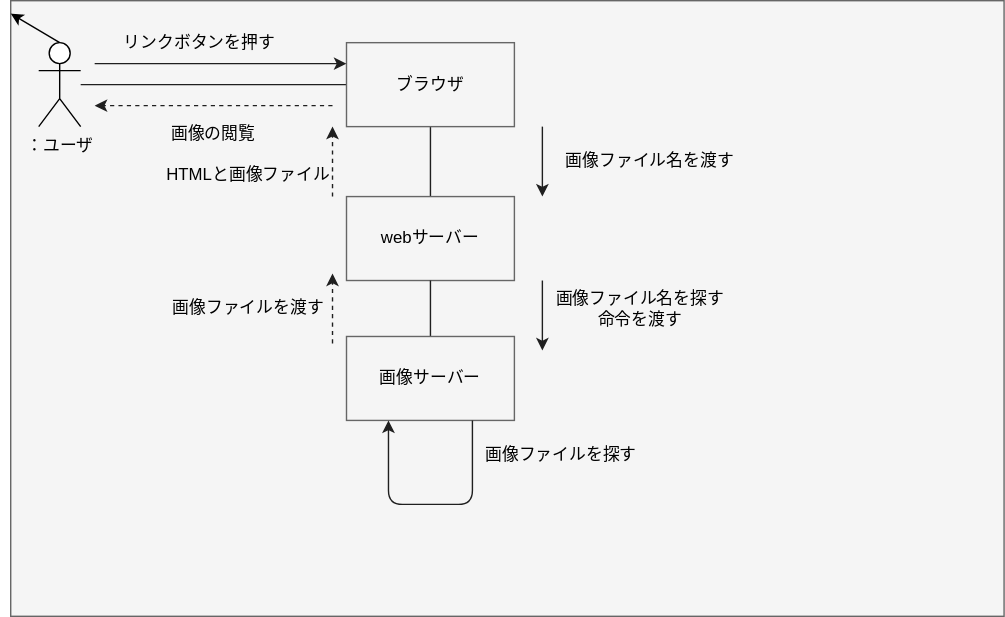
Above: 演習5-1_CD_Web画像検索.drawio.svg in youryota/uml-introduction (draw.io), before the change. Source tidied: cells renumbered, new cells last; positions are measured from the earlier drawing's top-left corner, leaving out a move shared by most shapes.
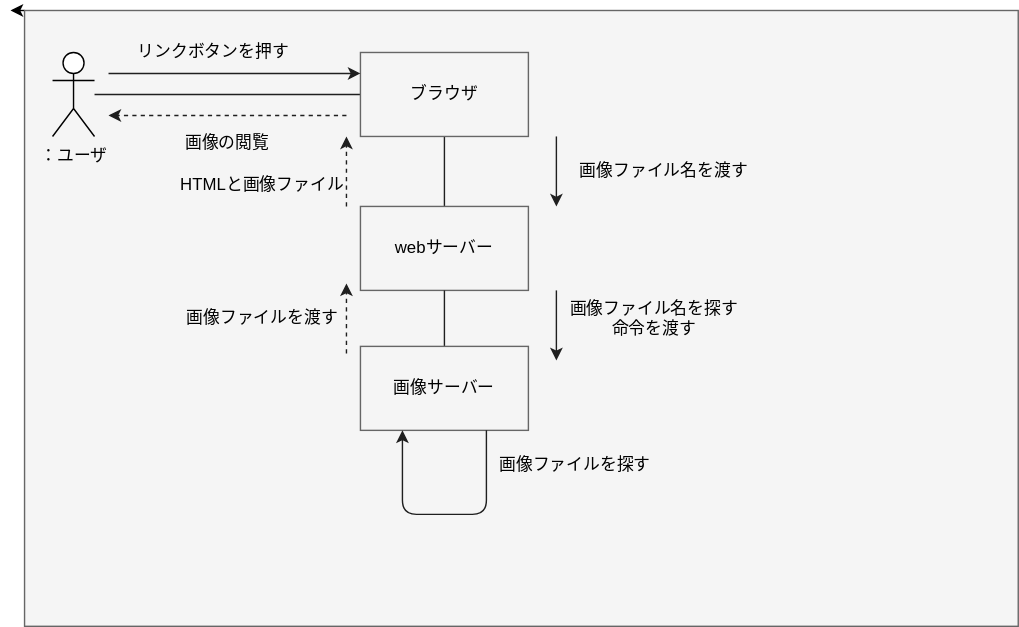
After the change.

Change to the diagram source:
```diff
@@ -2,14 +2,14 @@
   <root>
     <mxCell id="0" />
     <mxCell id="1" parent="0" />
+    <mxCell id="28" style="edgeStyle=none;html=1;exitX=0;exitY=0;exitDx=0;exitDy=0;" parent="1" edge="1" source="2">
+      <mxGeometry relative="1" as="geometry">
+        <mxPoint x="-10" as="targetPoint" />
+      </mxGeometry>
+    </mxCell>
     <mxCell id="2" value="&lt;span style=&quot;color: rgba(0, 0, 0, 0); font-family: monospace; font-size: 0px; text-align: start;&quot;&gt;%3CmxGraphModel%3E%3Croot%3E%3CmxCell%20id%3D%220%22%2F%3E%3CmxCell%20id%3D%221%22%20parent%3D%220%22%2F%3E%3CmxCell%20id%3D%222%22%20value%3D%22%22%20style%3D%22rounded%3D0%3BwhiteSpace%3Dwrap%3Bhtml%3D1%3BstrokeColor%3D%23666666%3BfontColor%3D%23333333%3BfillColor%3D%23f5f5f5%3B%22%20vertex%3D%221%22%20parent%3D%221%22%3E%3CmxGeometry%20x%3D%2250%22%20y%3D%22130%22%20width%3D%2210%22%20height%3D%22140%22%20as%3D%22geometry%22%2F%3E%3C%2FmxCell%3E%3C%2Froot%3E%3C%2FmxGraphModel%3E&lt;/span&gt;&lt;span style=&quot;color: rgba(0, 0, 0, 0); font-family: monospace; font-size: 0px; text-align: start;&quot;&gt;%3CmxGraphModel%3E%3Croot%3E%3CmxCell%20id%3D%220%22%2F%3E%3CmxCell%20id%3D%221%22%20parent%3D%220%22%2F%3E%3CmxCell%20id%3D%222%22%20value%3D%22%22%20style%3D%22rounded%3D0%3BwhiteSpace%3Dwrap%3Bhtml%3D1%3BstrokeColor%3D%23666666%3BfontColor%3D%23333333%3BfillColor%3D%23f5f5f5%3B%22%20vertex%3D%221%22%20parent%3D%221%22%3E%3CmxGeometry%20x%3D%2250%22%20y%3D%22130%22%20width%3D%2210%22%20height%3D%22140%22%20as%3D%22geometry%22%2F%3E%3C%2FmxCell%3E%3C%2Froot%3E%3C%2FmxGraphModel%3E&lt;/span&gt;&lt;span style=&quot;color: rgba(0, 0, 0, 0); font-family: monospace; font-size: 0px; text-align: start;&quot;&gt;%3CmxGraphModel%3E%3Croot%3E%3CmxCell%20id%3D%220%22%2F%3E%3CmxCell%20id%3D%221%22%20parent%3D%220%22%2F%3E%3CmxCell%20id%3D%222%22%20value%3D%22%22%20style%3D%22rounded%3D0%3BwhiteSpace%3Dwrap%3Bhtml%3D1%3BstrokeColor%3D%23666666%3BfontColor%3D%23333333%3BfillColor%3D%23f5f5f5%3B%22%20vertex%3D%221%22%20parent%3D%221%22%3E%3CmxGeometry%20x%3D%2250%22%20y%3D%22130%22%20width%3D%2210%22%20height%3D%22140%22%20as%3D%22geometry%22%2F%3E%3C%2FmxCell%3E%3C%2Froot%3E%3C%2FmxGraphModel%3E&lt;/span&gt;&lt;span style=&quot;color: rgba(0, 0, 0, 0); font-family: monospace; font-size: 0px; text-align: start;&quot;&gt;%3CmxGraphModel%3E%3Croot%3E%3CmxCell%20id%3D%220%22%2F%3E%3CmxCell%20id%3D%221%22%20parent%3D%220%22%2F%3E%3CmxCell%20id%3D%222%22%20value%3D%22%22%20style%3D%22rounded%3D0%3BwhiteSpace%3Dwrap%3Bhtml%3D1%3BstrokeColor%3D%23666666%3BfontColor%3D%23333333%3BfillColor%3D%23f5f5f5%3B%22%20vertex%3D%221%22%20parent%3D%221%22%3E%3CmxGeometry%20x%3D%2250%22%20y%3D%22130%22%20width%3D%2210%22%20height%3D%22140%22%20as%3D%22geometry%22%2F%3E%3C%2FmxCell%3E%3C%2Froot%3E%3C%2FmxGraphModel%3E&lt;/span&gt;" style="rounded=0;whiteSpace=wrap;html=1;fillColor=#f5f5f5;strokeColor=#666666;fontColor=#333333;" parent="1" vertex="1">
       <mxGeometry width="710" height="440" as="geometry" />
     </mxCell>
-    <mxCell id="3" style="edgeStyle=none;html=1;exitX=0.5;exitY=0.5;exitDx=0;exitDy=0;exitPerimeter=0;fontColor=#000000;" parent="1" edge="1" target="2">
-      <mxGeometry relative="1" as="geometry">
-        <mxPoint x="35" y="30" as="sourcePoint" />
-      </mxGeometry>
-    </mxCell>
     <mxCell id="4" style="edgeStyle=none;html=1;strokeColor=#1f1f1f;fontColor=#000000;startArrow=none;startFill=0;endArrow=none;endFill=0;" parent="1" edge="1" source="5" target="7">
       <mxGeometry relative="1" as="geometry" />
     </mxCell>
```
